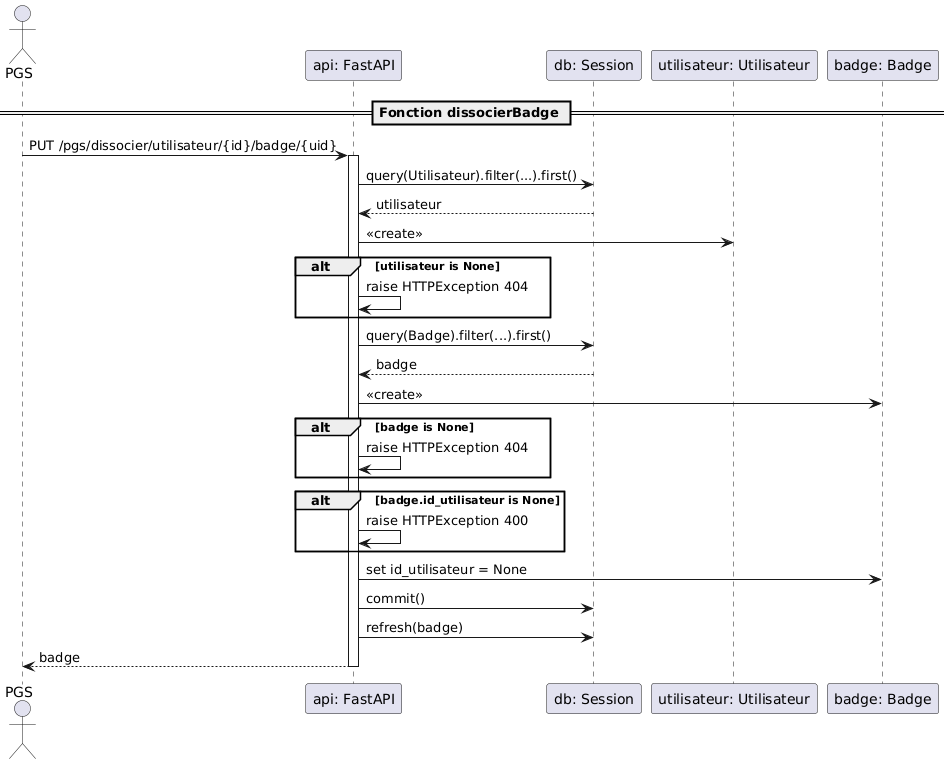
Earlier version of the PlantUML export BDD/Diagrammes/Séquence/PGS/dissocierBadge.png (RobinMartineau/Acc-s-campus-).
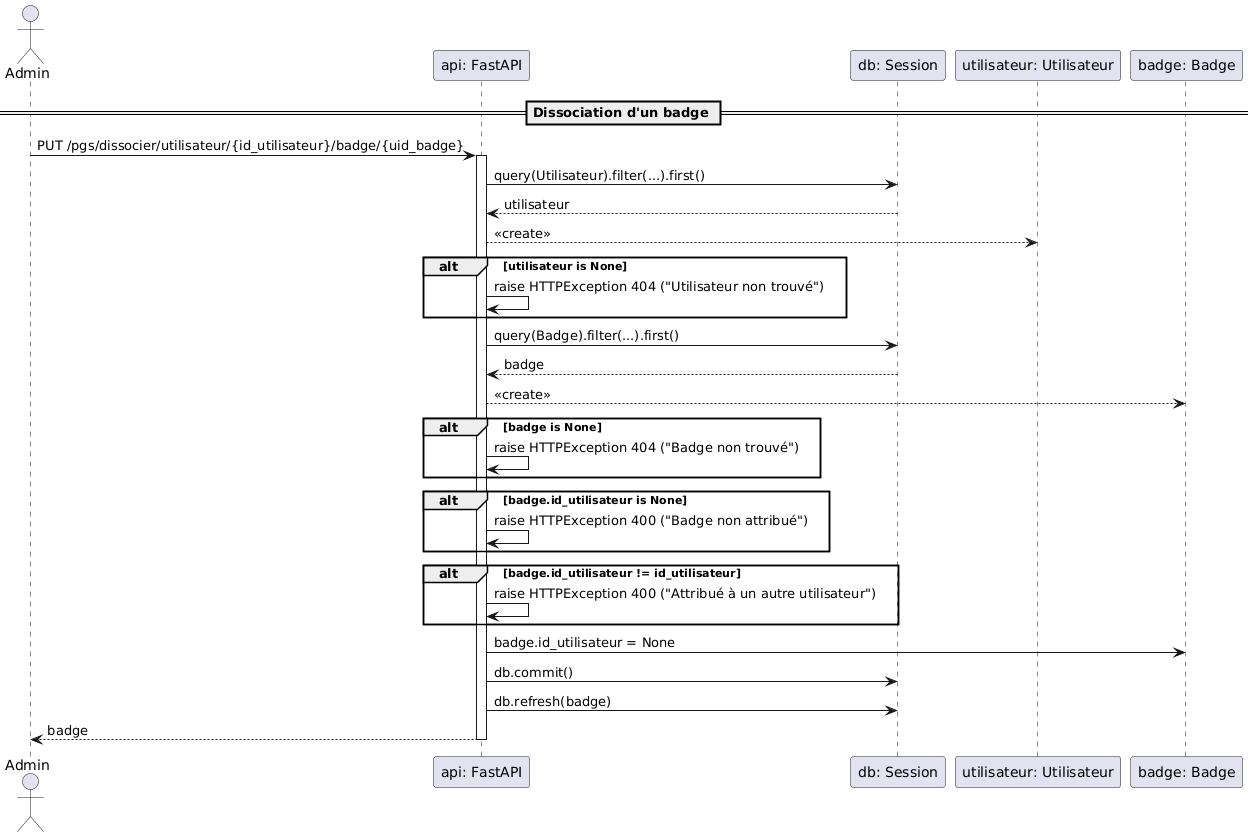
The same diagram one commit later.

Change to the diagram source:
```diff
@@ -1,38 +1,40 @@
 @startuml
-actor PGS
+actor "Admin"
 participant "api: FastAPI"
 participant "db: Session"
 participant "utilisateur: Utilisateur"
 participant "badge: Badge"
 
-== Fonction dissocierBadge ==
-PGS -> "api: FastAPI" : PUT /pgs/dissocier/utilisateur/{id}/badge/{uid}
+== Dissociation d'un badge ==
+"Admin" -> "api: FastAPI" : PUT /pgs/dissocier/utilisateur/{id_utilisateur}/badge/{uid_badge}
 activate "api: FastAPI"
 
 "api: FastAPI" -> "db: Session" : query(Utilisateur).filter(...).first()
 "db: Session" --> "api: FastAPI" : utilisateur
-"api: FastAPI" -> "utilisateur: Utilisateur" : <<create>>
-
+"api: FastAPI" --> "utilisateur: Utilisateur" : <<create>>
 alt utilisateur is None
-    "api: FastAPI" -> "api: FastAPI" : raise HTTPException 404
+    "api: FastAPI" -> "api: FastAPI" : raise HTTPException 404 ("Utilisateur non trouvé")
 end
 
 "api: FastAPI" -> "db: Session" : query(Badge).filter(...).first()
 "db: Session" --> "api: FastAPI" : badge
-"api: FastAPI" -> "badge: Badge" : <<create>>
-
+"api: FastAPI" --> "badge: Badge" : <<create>>
 alt badge is None
-    "api: FastAPI" -> "api: FastAPI" : raise HTTPException 404
+    "api: FastAPI" -> "api: FastAPI" : raise HTTPException 404 ("Badge non trouvé")
 end
 
 alt badge.id_utilisateur is None
-    "api: FastAPI" -> "api: FastAPI" : raise HTTPException 400
+    "api: FastAPI" -> "api: FastAPI" : raise HTTPException 400 ("Badge non attribué")
 end
 
-"api: FastAPI" -> "badge: Badge" : set id_utilisateur = None
-"api: FastAPI" -> "db: Session" : commit()
-"api: FastAPI" -> "db: Session" : refresh(badge)
+alt badge.id_utilisateur != id_utilisateur
+    "api: FastAPI" -> "api: FastAPI" : raise HTTPException 400 ("Attribué à un autre utilisateur")
+end
 
-"api: FastAPI" --> PGS : badge
+"api: FastAPI" -> "badge: Badge" : badge.id_utilisateur = None
+"api: FastAPI" -> "db: Session" : db.commit()
+"api: FastAPI" -> "db: Session" : db.refresh(badge)
+
+"api: FastAPI" --> "Admin" : badge
 deactivate "api: FastAPI"
 @enduml
```
